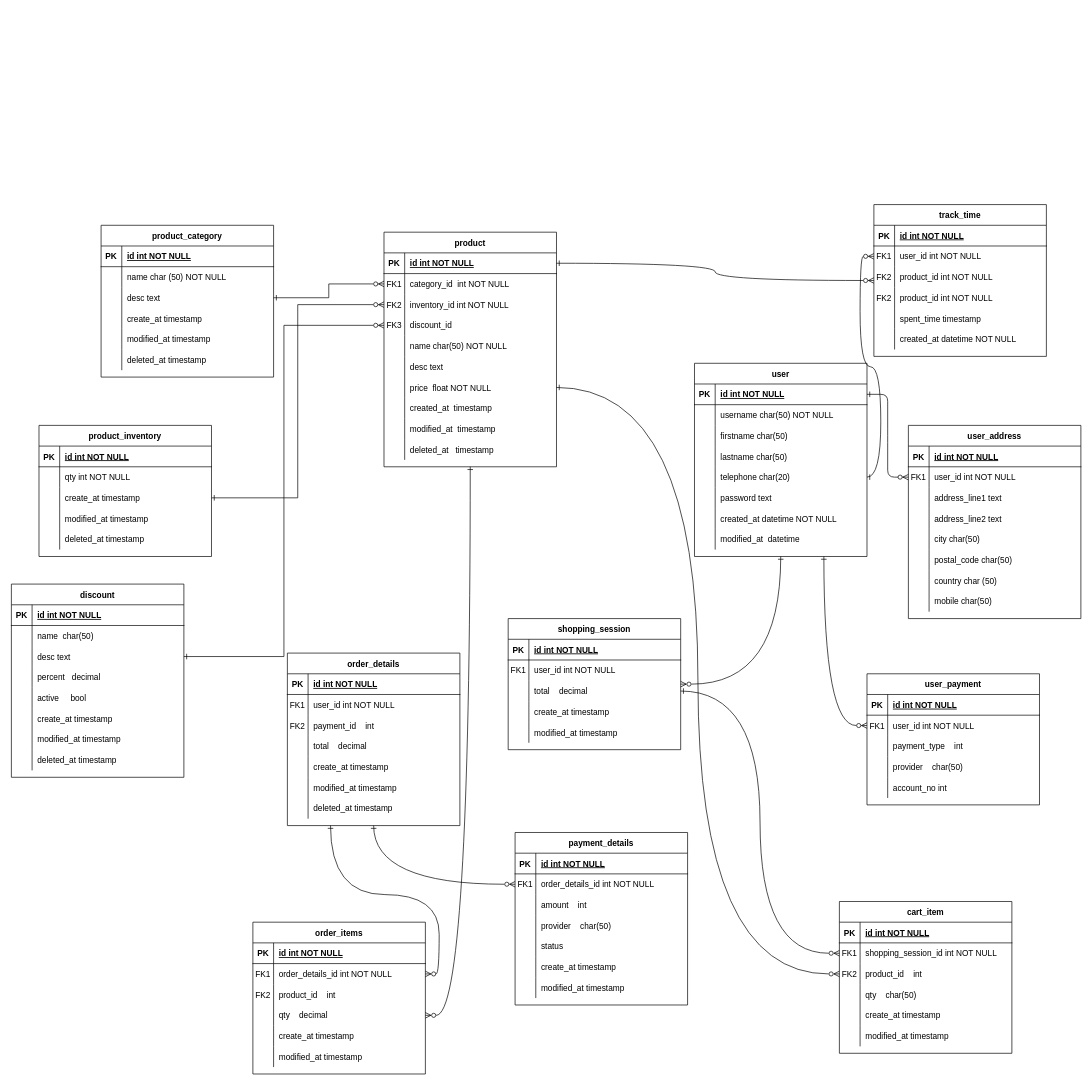
T-lamo/decathlon keeps this draw.io diagram as Diagramme sans nom.drawio. Above is the earlier version. Source tidied: cells renumbered, new cells numbered last; positions are measured from the earlier drawing's top-left corner, leaving out a move shared by most shapes. Both pictures are drawn from the tidied source at 69%, with x=0, y=0 at pixel (11, 204).
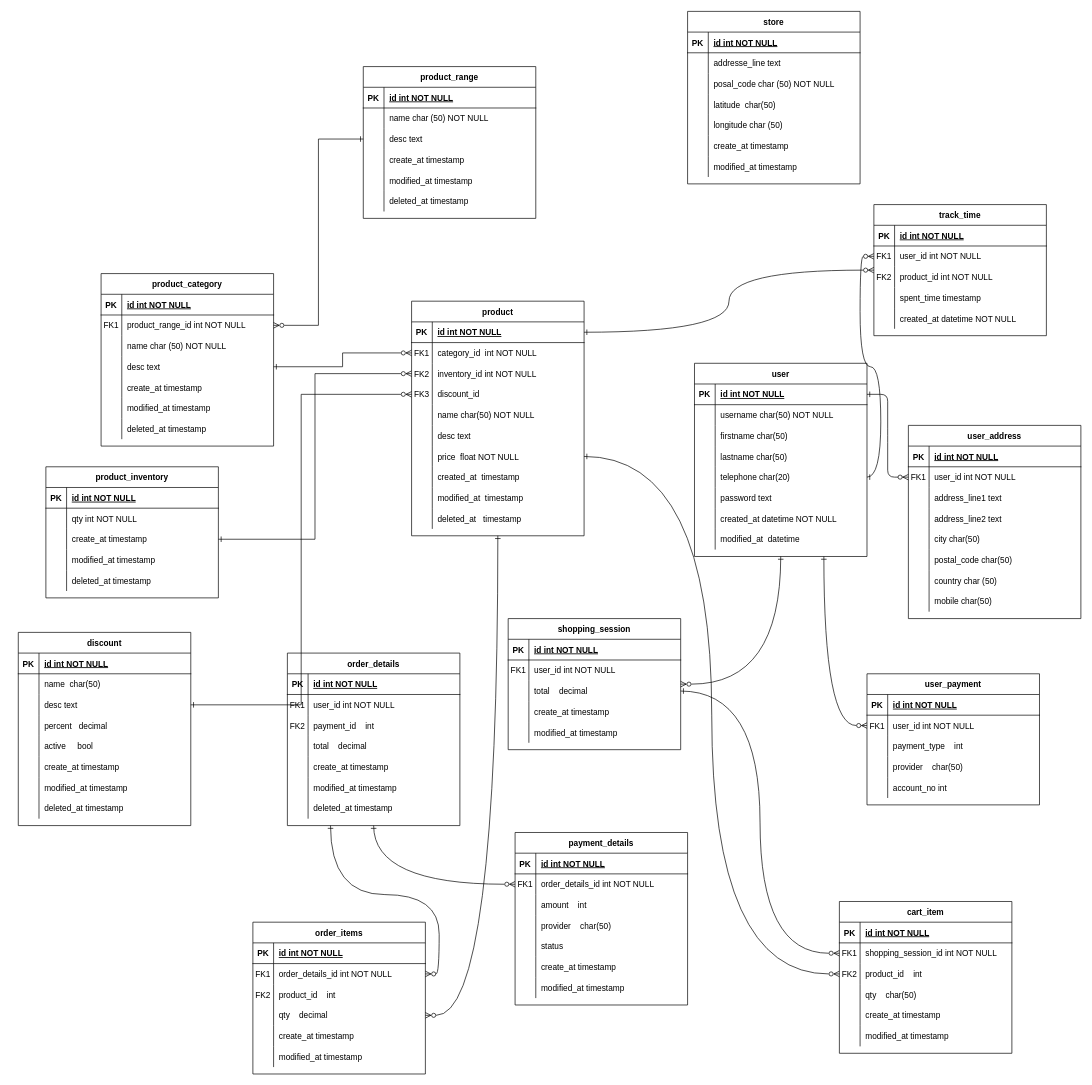
The same diagram, later.

Diff of the diagram source:
```diff
@@
     <mxCell id="53" value="product" style="shape=table;startSize=30;childLayout=tableLayout;rowLines=0;fontStyle=1;align=center;" parent="1" vertex="1">
-      <mxGeometry x="540" y="40" width="250" height="340" as="geometry" />
+      <mxGeometry x="580" y="140" width="250" height="340" as="geometry" />
     </mxCell>
@@
     <mxCell id="84" value="product_category" style="shape=table;startSize=30;childLayout=tableLayout;rowLines=0;fontStyle=1;align=center;" parent="1" vertex="1">
-      <mxGeometry x="130" y="30" width="250" height="220" as="geometry" />
+      <mxGeometry x="130" y="100" width="250" height="250" as="geometry" />
     </mxCell>
@@
+    <mxCell id="289" style="shape=partialRectangle;fillColor=none;points=[[0,0.5],[1,0.5]];portConstraint=eastwest;top=0;left=0;right=0;bottom=0;" parent="84" vertex="1">
+      <mxGeometry y="60" width="250" height="30" as="geometry" />
+    </mxCell>
+    <mxCell id="290" value="FK1" style="shape=partialRectangle;overflow=hidden;fillColor=none;top=0;left=0;bottom=0;right=0;" parent="289" vertex="1">
+      <mxGeometry width="30" height="30" as="geometry" />
+    </mxCell>
+    <mxCell id="291" value="product_range_id int NOT NULL" style="shape=partialRectangle;overflow=hidden;fillColor=none;top=0;left=0;bottom=0;right=0;align=left;spacingLeft=6;" parent="289" vertex="1">
+      <mxGeometry x="30" width="220" height="30" as="geometry" />
+    </mxCell>
     <mxCell id="88" style="shape=partialRectangle;fillColor=none;top=0;left=0;right=0;bottom=0;" parent="84" vertex="1">
-      <mxGeometry y="60" width="250" height="30" as="geometry" />
+      <mxGeometry y="90" width="250" height="30" as="geometry" />
     </mxCell>
@@
     <mxCell id="91" style="shape=partialRectangle;fillColor=none;points=[[0,0.5],[1,0.5]];portConstraint=eastwest;top=0;left=0;right=0;bottom=0;" parent="84" vertex="1">
-      <mxGeometry y="90" width="250" height="30" as="geometry" />
+      <mxGeometry y="120" width="250" height="30" as="geometry" />
     </mxCell>
@@
     <mxCell id="94" style="shape=partialRectangle;fillColor=none;top=0;left=0;right=0;bottom=0;" parent="84" vertex="1">
-      <mxGeometry y="120" width="250" height="30" as="geometry" />
+      <mxGeometry y="150" width="250" height="30" as="geometry" />
     </mxCell>
@@
     <mxCell id="97" style="shape=partialRectangle;fillColor=none;top=0;left=0;right=0;bottom=0;" parent="84" vertex="1">
-      <mxGeometry y="150" width="250" height="30" as="geometry" />
+      <mxGeometry y="180" width="250" height="30" as="geometry" />
     </mxCell>
@@
     <mxCell id="100" style="shape=partialRectangle;fillColor=none;top=0;left=0;right=0;bottom=0;" parent="84" vertex="1">
-      <mxGeometry y="180" width="250" height="30" as="geometry" />
+      <mxGeometry y="210" width="250" height="30" as="geometry" />
     </mxCell>
@@
     <mxCell id="103" value="product_inventory" style="shape=table;startSize=30;childLayout=tableLayout;rowLines=0;fontStyle=1;align=center;" parent="1" vertex="1">
-      <mxGeometry x="40" y="320" width="250" height="190" as="geometry" />
+      <mxGeometry x="50" y="380" width="250" height="190" as="geometry" />
     </mxCell>
@@
     <mxCell id="119" value="discount" style="shape=table;startSize=30;childLayout=tableLayout;rowLines=0;fontStyle=1;align=center;" parent="1" vertex="1">
-      <mxGeometry y="550" width="250" height="280" as="geometry" />
+      <mxGeometry x="10" y="620" width="250" height="280" as="geometry" />
     </mxCell>
@@
     <mxCell id="269" value="track_time" style="shape=table;startSize=30;childLayout=tableLayout;rowLines=0;fontStyle=1;align=center;" parent="1" vertex="1">
-      <mxGeometry x="1250" width="250" height="220" as="geometry" />
+      <mxGeometry x="1250" width="250" height="190" as="geometry" />
     </mxCell>
@@
-    <mxCell id="279" style="shape=partialRectangle;fillColor=none;top=0;left=0;right=0;bottom=0;" parent="269" vertex="1">
-      <mxGeometry y="120" width="250" height="30" as="geometry" />
-    </mxCell>
-    <mxCell id="280" value="FK2" style="shape=partialRectangle;overflow=hidden;fillColor=none;top=0;left=0;bottom=0;right=0;" parent="279" vertex="1">
-      <mxGeometry width="30" height="30" as="geometry" />
-    </mxCell>
-    <mxCell id="281" value="product_id int NOT NULL " style="shape=partialRectangle;overflow=hidden;fillColor=none;top=0;left=0;bottom=0;right=0;align=left;spacingLeft=6;" parent="279" vertex="1">
-      <mxGeometry x="30" width="220" height="30" as="geometry" />
-    </mxCell>
     <mxCell id="282" style="shape=partialRectangle;fillColor=none;top=0;left=0;right=0;bottom=0;" parent="269" vertex="1">
-      <mxGeometry y="150" width="250" height="30" as="geometry" />
+      <mxGeometry y="120" width="250" height="30" as="geometry" />
     </mxCell>
@@
     <mxCell id="285" style="shape=partialRectangle;fillColor=none;top=0;left=0;right=0;bottom=0;" parent="269" vertex="1">
-      <mxGeometry y="180" width="250" height="30" as="geometry" />
+      <mxGeometry y="150" width="250" height="30" as="geometry" />
     </mxCell>
@@
+    <mxCell id="292" value="product_range" style="shape=table;startSize=30;childLayout=tableLayout;rowLines=0;fontStyle=1;align=center;" parent="1" vertex="1">
+      <mxGeometry x="510" y="-200" width="250" height="220" as="geometry" />
+    </mxCell>
+    <mxCell id="293" style="shape=partialRectangle;fillColor=none;top=0;left=0;right=0;bottom=1;" parent="292" vertex="1">
+      <mxGeometry y="30" width="250" height="30" as="geometry" />
+    </mxCell>
+    <mxCell id="294" value="PK" style="shape=partialRectangle;overflow=hidden;fillColor=none;top=0;left=0;bottom=0;right=0;fontStyle=1;" parent="293" vertex="1">
+      <mxGeometry width="30" height="30" as="geometry" />
+    </mxCell>
+    <mxCell id="295" value="id int NOT NULL " style="shape=partialRectangle;overflow=hidden;fillColor=none;top=0;left=0;bottom=0;right=0;align=left;spacingLeft=6;fontStyle=5;" parent="293" vertex="1">
+      <mxGeometry x="30" width="220" height="30" as="geometry" />
+    </mxCell>
+    <mxCell id="296" style="shape=partialRectangle;fillColor=none;top=0;left=0;right=0;bottom=0;" parent="292" vertex="1">
+      <mxGeometry y="60" width="250" height="30" as="geometry" />
+    </mxCell>
+    <mxCell id="297" style="shape=partialRectangle;overflow=hidden;fillColor=none;top=0;left=0;bottom=0;right=0;" parent="296" vertex="1">
+      <mxGeometry width="30" height="30" as="geometry" />
+    </mxCell>
+    <mxCell id="298" value="name char (50) NOT NULL" style="shape=partialRectangle;overflow=hidden;fillColor=none;top=0;left=0;bottom=0;right=0;align=left;spacingLeft=6;" parent="296" vertex="1">
+      <mxGeometry x="30" width="220" height="30" as="geometry" />
+    </mxCell>
+    <mxCell id="299" style="shape=partialRectangle;fillColor=none;points=[[0,0.5],[1,0.5]];portConstraint=eastwest;top=0;left=0;right=0;bottom=0;" parent="292" vertex="1">
+      <mxGeometry y="90" width="250" height="30" as="geometry" />
+    </mxCell>
+    <mxCell id="300" style="shape=partialRectangle;overflow=hidden;fillColor=none;top=0;left=0;bottom=0;right=0;" parent="299" vertex="1">
+      <mxGeometry width="30" height="30" as="geometry" />
+    </mxCell>
+    <mxCell id="301" value="desc text" style="shape=partialRectangle;overflow=hidden;fillColor=none;top=0;left=0;bottom=0;right=0;align=left;spacingLeft=6;" parent="299" vertex="1">
+      <mxGeometry x="30" width="220" height="30" as="geometry" />
+    </mxCell>
+    <mxCell id="302" style="shape=partialRectangle;fillColor=none;top=0;left=0;right=0;bottom=0;" parent="292" vertex="1">
+      <mxGeometry y="120" width="250" height="30" as="geometry" />
+    </mxCell>
+    <mxCell id="303" style="shape=partialRectangle;overflow=hidden;fillColor=none;top=0;left=0;bottom=0;right=0;" parent="302" vertex="1">
+      <mxGeometry width="30" height="30" as="geometry" />
+    </mxCell>
+    <mxCell id="304" value="create_at timestamp" style="shape=partialRectangle;overflow=hidden;fillColor=none;top=0;left=0;bottom=0;right=0;align=left;spacingLeft=6;" parent="302" vertex="1">
+      <mxGeometry x="30" width="220" height="30" as="geometry" />
+    </mxCell>
+    <mxCell id="305" style="shape=partialRectangle;fillColor=none;top=0;left=0;right=0;bottom=0;" parent="292" vertex="1">
+      <mxGeometry y="150" width="250" height="30" as="geometry" />
+    </mxCell>
+    <mxCell id="306" style="shape=partialRectangle;overflow=hidden;fillColor=none;top=0;left=0;bottom=0;right=0;" parent="305" vertex="1">
+      <mxGeometry width="30" height="30" as="geometry" />
+    </mxCell>
+    <mxCell id="307" value="modified_at timestamp" style="shape=partialRectangle;overflow=hidden;fillColor=none;top=0;left=0;bottom=0;right=0;align=left;spacingLeft=6;" parent="305" vertex="1">
+      <mxGeometry x="30" width="220" height="30" as="geometry" />
+    </mxCell>
+    <mxCell id="308" style="shape=partialRectangle;fillColor=none;top=0;left=0;right=0;bottom=0;" parent="292" vertex="1">
+      <mxGeometry y="180" width="250" height="30" as="geometry" />
+    </mxCell>
+    <mxCell id="309" style="shape=partialRectangle;overflow=hidden;fillColor=none;top=0;left=0;bottom=0;right=0;" parent="308" vertex="1">
+      <mxGeometry width="30" height="30" as="geometry" />
+    </mxCell>
+    <mxCell id="310" value="deleted_at timestamp" style="shape=partialRectangle;overflow=hidden;fillColor=none;top=0;left=0;bottom=0;right=0;align=left;spacingLeft=6;" parent="308" vertex="1">
+      <mxGeometry x="30" width="220" height="30" as="geometry" />
+    </mxCell>
+    <mxCell id="311" style="edgeStyle=orthogonalEdgeStyle;rounded=0;jettySize=auto;html=1;entryX=0;entryY=0.5;entryDx=0;entryDy=0;endArrow=ERone;endFill=0;startArrow=ERzeroToMany;startFill=0;" parent="1" edge="1" source="289" target="299">
+      <mxGeometry relative="1" as="geometry" />
+    </mxCell>
+    <mxCell id="312" value="store" style="shape=table;startSize=30;childLayout=tableLayout;rowLines=0;fontStyle=1;align=center;" parent="1" vertex="1">
+      <mxGeometry x="980" y="-280" width="250" height="250" as="geometry" />
+    </mxCell>
+    <mxCell id="313" style="shape=partialRectangle;fillColor=none;top=0;left=0;right=0;bottom=1;" parent="312" vertex="1">
+      <mxGeometry y="30" width="250" height="30" as="geometry" />
+    </mxCell>
+    <mxCell id="314" value="PK" style="shape=partialRectangle;overflow=hidden;fillColor=none;top=0;left=0;bottom=0;right=0;fontStyle=1;" parent="313" vertex="1">
+      <mxGeometry width="30" height="30" as="geometry" />
+    </mxCell>
+    <mxCell id="315" value="id int NOT NULL " style="shape=partialRectangle;overflow=hidden;fillColor=none;top=0;left=0;bottom=0;right=0;align=left;spacingLeft=6;fontStyle=5;" parent="313" vertex="1">
+      <mxGeometry x="30" width="220" height="30" as="geometry" />
+    </mxCell>
+    <mxCell id="316" style="shape=partialRectangle;fillColor=none;top=0;left=0;right=0;bottom=0;" parent="312" vertex="1">
+      <mxGeometry y="60" width="250" height="30" as="geometry" />
+    </mxCell>
+    <mxCell id="317" style="shape=partialRectangle;overflow=hidden;fillColor=none;top=0;left=0;bottom=0;right=0;" parent="316" vertex="1">
+      <mxGeometry width="30" height="30" as="geometry" />
+    </mxCell>
+    <mxCell id="318" value="addresse_line text" style="shape=partialRectangle;overflow=hidden;fillColor=none;top=0;left=0;bottom=0;right=0;align=left;spacingLeft=6;" parent="316" vertex="1">
+      <mxGeometry x="30" width="220" height="30" as="geometry" />
+    </mxCell>
+    <mxCell id="319" style="shape=partialRectangle;fillColor=none;top=0;left=0;right=0;bottom=0;" parent="312" vertex="1">
+      <mxGeometry y="90" width="250" height="30" as="geometry" />
+    </mxCell>
+    <mxCell id="320" style="shape=partialRectangle;overflow=hidden;fillColor=none;top=0;left=0;bottom=0;right=0;" parent="319" vertex="1">
+      <mxGeometry width="30" height="30" as="geometry" />
+    </mxCell>
+    <mxCell id="321" value="posal_code char (50) NOT NULL" style="shape=partialRectangle;overflow=hidden;fillColor=none;top=0;left=0;bottom=0;right=0;align=left;spacingLeft=6;" parent="319" vertex="1">
+      <mxGeometry x="30" width="220" height="30" as="geometry" />
+    </mxCell>
+    <mxCell id="322" style="shape=partialRectangle;fillColor=none;top=0;left=0;right=0;bottom=0;" parent="312" vertex="1">
+      <mxGeometry y="120" width="250" height="30" as="geometry" />
+    </mxCell>
+    <mxCell id="323" style="shape=partialRectangle;overflow=hidden;fillColor=none;top=0;left=0;bottom=0;right=0;" parent="322" vertex="1">
+      <mxGeometry width="30" height="30" as="geometry" />
+    </mxCell>
+    <mxCell id="324" value="latitude  char(50)" style="shape=partialRectangle;overflow=hidden;fillColor=none;top=0;left=0;bottom=0;right=0;align=left;spacingLeft=6;" parent="322" vertex="1">
+      <mxGeometry x="30" width="220" height="30" as="geometry" />
+    </mxCell>
+    <mxCell id="325" style="shape=partialRectangle;fillColor=none;top=0;left=0;right=0;bottom=0;" parent="312" vertex="1">
+      <mxGeometry y="150" width="250" height="30" as="geometry" />
+    </mxCell>
+    <mxCell id="326" style="shape=partialRectangle;overflow=hidden;fillColor=none;top=0;left=0;bottom=0;right=0;" parent="325" vertex="1">
+      <mxGeometry width="30" height="30" as="geometry" />
+    </mxCell>
+    <mxCell id="327" value="longitude char (50)" style="shape=partialRectangle;overflow=hidden;fillColor=none;top=0;left=0;bottom=0;right=0;align=left;spacingLeft=6;" parent="325" vertex="1">
+      <mxGeometry x="30" width="220" height="30" as="geometry" />
+    </mxCell>
+    <mxCell id="328" style="shape=partialRectangle;fillColor=none;top=0;left=0;right=0;bottom=0;" parent="312" vertex="1">
+      <mxGeometry y="180" width="250" height="30" as="geometry" />
+    </mxCell>
+    <mxCell id="329" style="shape=partialRectangle;overflow=hidden;fillColor=none;top=0;left=0;bottom=0;right=0;" parent="328" vertex="1">
+      <mxGeometry width="30" height="30" as="geometry" />
+    </mxCell>
+    <mxCell id="330" value="create_at timestamp" style="shape=partialRectangle;overflow=hidden;fillColor=none;top=0;left=0;bottom=0;right=0;align=left;spacingLeft=6;" parent="328" vertex="1">
+      <mxGeometry x="30" width="220" height="30" as="geometry" />
+    </mxCell>
+    <mxCell id="331" style="shape=partialRectangle;fillColor=none;top=0;left=0;right=0;bottom=0;" parent="312" vertex="1">
+      <mxGeometry y="210" width="250" height="30" as="geometry" />
+    </mxCell>
+    <mxCell id="332" style="shape=partialRectangle;overflow=hidden;fillColor=none;top=0;left=0;bottom=0;right=0;" parent="331" vertex="1">
+      <mxGeometry width="30" height="30" as="geometry" />
+    </mxCell>
+    <mxCell id="333" value="modified_at timestamp" style="shape=partialRectangle;overflow=hidden;fillColor=none;top=0;left=0;bottom=0;right=0;align=left;spacingLeft=6;" parent="331" vertex="1">
+      <mxGeometry x="30" width="220" height="30" as="geometry" />
+    </mxCell>
```
